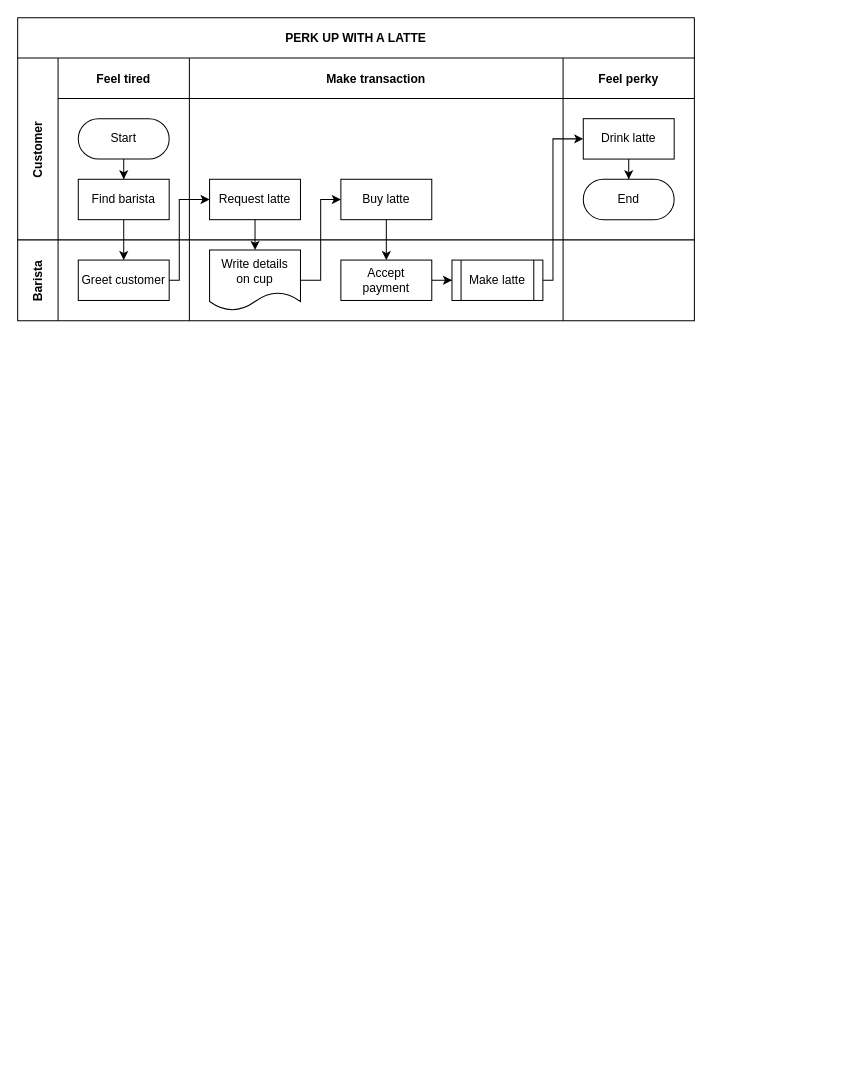
Above: Untitled Diagram.drawio in reyhanehSP/pwaTech (draw.io), before the change. Source tidied: cells renumbered, new cells numbered last; positions are measured from the earlier drawing's top-left corner, leaving out a move shared by most shapes. Both pictures are drawn from the tidied source at 101%, with x=0, y=0 at pixel (17, 17).
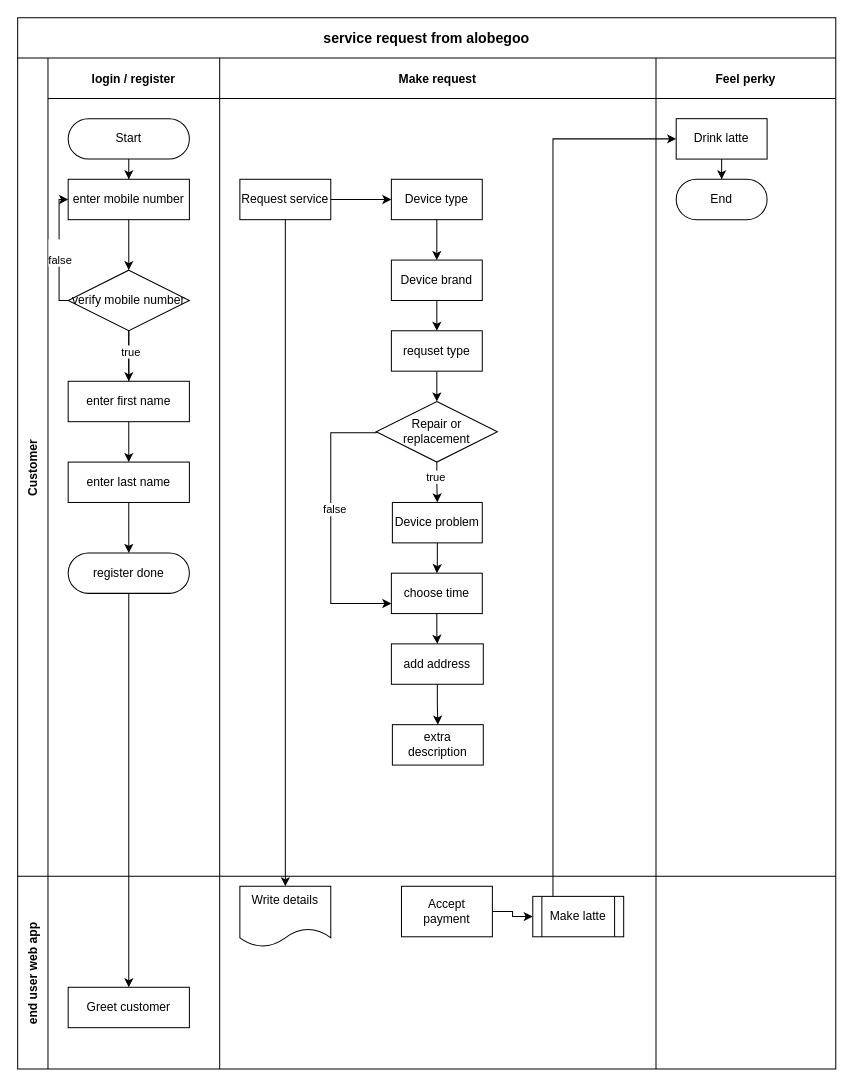
The same page after the edit.

The edit, as a diff of the source:
```diff
@@
-    <mxCell id="2" value="PERK UP WITH A LATTE" style="shape=table;childLayout=tableLayout;startSize=40;fillColor=none;fontStyle=1;" parent="1" vertex="1">
-      <mxGeometry width="670" height="300" as="geometry" />
+    <mxCell id="2" value="service request from alobegoo" style="shape=table;childLayout=tableLayout;startSize=40;fillColor=none;fontStyle=1;fontSize=14;" parent="1" vertex="1">
+      <mxGeometry width="810" height="1041" as="geometry" />
     </mxCell>
-    <mxCell id="3" style="edgeStyle=orthogonalEdgeStyle;rounded=0;jettySize=auto;html=1;" parent="2" edge="1" source="8" target="18">
-      <mxGeometry relative="1" as="geometry" />
-    </mxCell>
-    <mxCell id="4" value="Customer" style="shape=tableRow;horizontal=0;swimlaneHead=0;swimlaneBody=0;top=0;left=0;bottom=0;right=0;fillColor=none;startSize=40;fontStyle=1;" parent="2" vertex="1">
-      <mxGeometry y="40" width="670" height="180" as="geometry" />
+    <mxCell id="4" value="Customer" style="shape=tableRow;horizontal=0;swimlaneHead=0;swimlaneBody=0;top=0;left=0;bottom=0;right=0;fillColor=none;startSize=30;fontStyle=1;" parent="2" vertex="1">
+      <mxGeometry y="40" width="810" height="810" as="geometry" />
     </mxCell>
-    <mxCell id="5" value="Feel tired" style="swimlane;swimlaneHead=0;swimlaneBody=0;fillColor=none;startSize=40;fontStyle=1;" parent="4" vertex="1">
-      <mxGeometry x="40" width="130" height="180" as="geometry" />
+    <mxCell id="5" value="login / register" style="swimlane;swimlaneHead=0;swimlaneBody=0;fillColor=none;startSize=40;fontStyle=1;" parent="4" vertex="1">
+      <mxGeometry x="30" width="170" height="810" as="geometry" />
     </mxCell>
@@
     <mxCell id="7" value="Start" style="rounded=1;whiteSpace=wrap;html=1;arcSize=50;" parent="5" vertex="1">
-      <mxGeometry x="20" y="60" width="90" height="40" as="geometry" />
+      <mxGeometry x="20" y="60" width="120" height="40" as="geometry" />
     </mxCell>
+    <mxCell id="30" style="edgeStyle=orthogonalEdgeStyle;rounded=0;jettySize=auto;html=1;" parent="5" edge="1" source="8" target="38">
+      <mxGeometry relative="1" as="geometry" />
+    </mxCell>
-    <mxCell id="8" value="Find barista" style="rounded=0;whiteSpace=wrap;html=1;" parent="5" vertex="1">
-      <mxGeometry x="20" y="120" width="90" height="40" as="geometry" />
+    <mxCell id="8" value="enter mobile number" style="rounded=0;whiteSpace=wrap;html=1;" parent="5" vertex="1">
+      <mxGeometry x="20" y="120" width="120" height="40" as="geometry" />
     </mxCell>
+    <mxCell id="31" style="edgeStyle=orthogonalEdgeStyle;rounded=0;jettySize=auto;html=1;entryX=0;entryY=0.5;entryDx=0;entryDy=0;" parent="5" edge="1" source="34" target="8">
+      <mxGeometry relative="1" as="geometry">
+        <Array as="points">
+          <mxPoint x="80" y="240" />
+          <mxPoint x="11" y="240" />
+          <mxPoint x="11" y="140" />
+        </Array>
+      </mxGeometry>
+    </mxCell>
+    <mxCell id="32" value="&lt;div&gt;&lt;br&gt;&lt;/div&gt;&lt;div&gt;false&lt;/div&gt;" style="edgeLabel;html=1;align=center;verticalAlign=middle;" parent="31" vertex="1">
+      <mxGeometry x="0.53" relative="1" as="geometry" />
+    </mxCell>
+    <mxCell id="33" style="edgeStyle=orthogonalEdgeStyle;rounded=0;jettySize=auto;html=1;" parent="5" edge="1" source="34" target="35">
+      <mxGeometry relative="1" as="geometry" />
+    </mxCell>
+    <mxCell id="34" value="enter first name" style="whiteSpace=wrap;html=1;rounded=0;" parent="5" vertex="1">
+      <mxGeometry x="20" y="320" width="120" height="40" as="geometry" />
+    </mxCell>
+    <mxCell id="35" value="enter last name" style="whiteSpace=wrap;html=1;align=center;" parent="5" vertex="1">
+      <mxGeometry x="20" y="400" width="120" height="40" as="geometry" />
+    </mxCell>
+    <mxCell id="36" style="edgeStyle=orthogonalEdgeStyle;rounded=0;jettySize=auto;html=1;" parent="5" edge="1" source="38" target="34">
+      <mxGeometry relative="1" as="geometry" />
+    </mxCell>
+    <mxCell id="37" value="true" style="edgeLabel;html=1;align=center;verticalAlign=middle;" parent="36" vertex="1">
+      <mxGeometry x="-0.2" y="1" relative="1" as="geometry" />
+    </mxCell>
+    <mxCell id="38" value="verify mobile number" style="shape=rhombus;perimeter=rhombusPerimeter;whiteSpace=wrap;html=1;align=center;" parent="5" vertex="1">
+      <mxGeometry x="20" y="210" width="120" height="60" as="geometry" />
+    </mxCell>
+    <mxCell id="39" value="register done" style="rounded=1;whiteSpace=wrap;html=1;arcSize=50;" parent="5" vertex="1">
+      <mxGeometry x="20" y="490" width="120" height="40" as="geometry" />
+    </mxCell>
+    <mxCell id="40" style="edgeStyle=orthogonalEdgeStyle;rounded=0;jettySize=auto;html=1;" parent="5" edge="1" source="35" target="39">
+      <mxGeometry relative="1" as="geometry" />
+    </mxCell>
-    <mxCell id="9" value="Make transaction" style="swimlane;swimlaneHead=0;swimlaneBody=0;fillColor=none;startSize=40;fontStyle=1;" parent="4" vertex="1">
-      <mxGeometry x="170" width="370" height="180" as="geometry" />
+    <mxCell id="9" value="Make request" style="swimlane;swimlaneHead=0;swimlaneBody=0;fillColor=none;startSize=40;fontStyle=1;" parent="4" vertex="1">
+      <mxGeometry x="200" width="432" height="810" as="geometry" />
     </mxCell>
+    <mxCell id="41" style="edgeStyle=orthogonalEdgeStyle;rounded=0;jettySize=auto;html=1;" parent="9" edge="1" source="10" target="11">
+      <mxGeometry relative="1" as="geometry" />
+    </mxCell>
-    <mxCell id="10" value="Request latte" style="rounded=0;whiteSpace=wrap;html=1;" parent="9" vertex="1">
+    <mxCell id="10" value="Request service" style="rounded=0;whiteSpace=wrap;html=1;" parent="9" vertex="1">
       <mxGeometry x="20" y="120" width="90" height="40" as="geometry" />
     </mxCell>
+    <mxCell id="42" style="edgeStyle=orthogonalEdgeStyle;rounded=0;jettySize=auto;html=1;" parent="9" edge="1" source="11" target="44">
+      <mxGeometry relative="1" as="geometry" />
+    </mxCell>
-    <mxCell id="11" value="Buy latte" style="rounded=0;whiteSpace=wrap;html=1;" parent="9" vertex="1">
-      <mxGeometry x="150" y="120" width="90" height="40" as="geometry" />
+    <mxCell id="11" value="Device type" style="rounded=0;whiteSpace=wrap;html=1;" parent="9" vertex="1">
+      <mxGeometry x="170" y="120" width="90" height="40" as="geometry" />
     </mxCell>
+    <mxCell id="43" style="edgeStyle=orthogonalEdgeStyle;rounded=0;jettySize=auto;html=1;" parent="9" edge="1" source="44">
+      <mxGeometry relative="1" as="geometry">
+        <mxPoint x="215" y="270" as="targetPoint" />
+      </mxGeometry>
+    </mxCell>
+    <mxCell id="44" value="Device brand" style="whiteSpace=wrap;html=1;align=center;" parent="9" vertex="1">
+      <mxGeometry x="170" y="200" width="90" height="40" as="geometry" />
+    </mxCell>
+    <mxCell id="45" style="edgeStyle=orthogonalEdgeStyle;rounded=0;jettySize=auto;html=1;" parent="9" edge="1" source="46" target="55">
+      <mxGeometry relative="1" as="geometry" />
+    </mxCell>
+    <mxCell id="46" value="Device problem" style="whiteSpace=wrap;html=1;align=center;" parent="9" vertex="1">
+      <mxGeometry x="171" y="440" width="89" height="40" as="geometry" />
+    </mxCell>
+    <mxCell id="47" style="edgeStyle=orthogonalEdgeStyle;rounded=0;jettySize=auto;html=1;" parent="9" edge="1" source="48" target="53">
+      <mxGeometry relative="1" as="geometry" />
+    </mxCell>
+    <mxCell id="48" value="requset type" style="whiteSpace=wrap;html=1;align=center;" parent="9" vertex="1">
+      <mxGeometry x="170" y="270" width="90" height="40" as="geometry" />
+    </mxCell>
+    <mxCell id="49" style="edgeStyle=orthogonalEdgeStyle;rounded=0;jettySize=auto;html=1;" parent="9" edge="1" source="53" target="46">
+      <mxGeometry relative="1" as="geometry" />
+    </mxCell>
+    <mxCell id="50" value="true" style="edgeLabel;html=1;align=center;verticalAlign=middle;" parent="49" vertex="1">
+      <mxGeometry x="-0.41" y="-2" relative="1" as="geometry">
+        <mxPoint y="2" as="offset" />
+      </mxGeometry>
+    </mxCell>
+    <mxCell id="51" style="edgeStyle=orthogonalEdgeStyle;rounded=0;jettySize=auto;html=1;entryX=0;entryY=0.75;entryDx=0;entryDy=0;" parent="9" edge="1" target="55">
+      <mxGeometry relative="1" as="geometry">
+        <mxPoint x="155" y="370" as="sourcePoint" />
+        <Array as="points">
+          <mxPoint x="155" y="371" />
+          <mxPoint x="110" y="371" />
+          <mxPoint x="110" y="540" />
+        </Array>
+      </mxGeometry>
+    </mxCell>
+    <mxCell id="52" value="false" style="edgeLabel;html=1;align=center;verticalAlign=middle;" parent="51" vertex="1">
+      <mxGeometry x="-0.12" y="3" relative="1" as="geometry" />
+    </mxCell>
+    <mxCell id="53" value="Repair or replacement" style="shape=rhombus;perimeter=rhombusPerimeter;whiteSpace=wrap;html=1;align=center;" parent="9" vertex="1">
+      <mxGeometry x="155" y="340" width="120" height="60" as="geometry" />
+    </mxCell>
+    <mxCell id="54" style="edgeStyle=orthogonalEdgeStyle;rounded=0;jettySize=auto;html=1;" parent="9" edge="1" source="55" target="57">
+      <mxGeometry relative="1" as="geometry" />
+    </mxCell>
+    <mxCell id="55" value="choose time" style="whiteSpace=wrap;html=1;align=center;" parent="9" vertex="1">
+      <mxGeometry x="170" y="510" width="90" height="40" as="geometry" />
+    </mxCell>
+    <mxCell id="56" style="edgeStyle=orthogonalEdgeStyle;rounded=0;jettySize=auto;html=1;" parent="9" edge="1" source="57" target="58">
+      <mxGeometry relative="1" as="geometry" />
+    </mxCell>
+    <mxCell id="57" value="add address" style="whiteSpace=wrap;html=1;align=center;" parent="9" vertex="1">
+      <mxGeometry x="170" y="580" width="91" height="40" as="geometry" />
+    </mxCell>
+    <mxCell id="58" value="extra description" style="whiteSpace=wrap;html=1;align=center;" parent="9" vertex="1">
+      <mxGeometry x="171" y="660" width="90" height="40" as="geometry" />
+    </mxCell>
     <mxCell id="12" value="Feel perky" style="swimlane;swimlaneHead=0;swimlaneBody=0;fillColor=none;startSize=40;fontStyle=1;" parent="4" vertex="1">
-      <mxGeometry x="540" width="130" height="180" as="geometry" />
+      <mxGeometry x="632" width="178" height="810" as="geometry" />
     </mxCell>
@@
-    <mxCell id="16" value="Barista" style="shape=tableRow;horizontal=0;swimlaneHead=0;swimlaneBody=0;top=0;left=0;bottom=0;right=0;fillColor=none;startSize=40;fontStyle=1;" parent="2" vertex="1">
-      <mxGeometry y="220" width="670" height="80" as="geometry" />
+    <mxCell id="16" value="end user web app" style="shape=tableRow;horizontal=0;swimlaneHead=0;swimlaneBody=0;top=0;left=0;bottom=0;right=0;fillColor=none;startSize=30;fontStyle=1;" parent="2" vertex="1">
+      <mxGeometry y="850" width="810" height="191" as="geometry" />
     </mxCell>
     <mxCell id="17" style="swimlane;swimlaneHead=0;swimlaneBody=0;fillColor=none;startSize=0;fontStyle=1;" parent="16" vertex="1">
-      <mxGeometry x="40" width="130" height="80" as="geometry" />
+      <mxGeometry x="30" width="170" height="191" as="geometry" />
     </mxCell>
     <mxCell id="18" value="Greet customer" style="rounded=0;whiteSpace=wrap;html=1;" parent="17" vertex="1">
-      <mxGeometry x="20" y="20" width="90" height="40" as="geometry" />
+      <mxGeometry x="20" y="110" width="120" height="40" as="geometry" />
     </mxCell>
     <mxCell id="19" style="swimlane;swimlaneHead=0;swimlaneBody=0;fillColor=none;startSize=0;fontStyle=1;" parent="16" vertex="1">
-      <mxGeometry x="170" width="370" height="80" as="geometry" />
+      <mxGeometry x="200" width="432" height="191" as="geometry" />
     </mxCell>
@@
     <mxCell id="21" value="Accept&lt;br&gt;payment" style="rounded=0;whiteSpace=wrap;html=1;" parent="19" vertex="1">
-      <mxGeometry x="150" y="20" width="90" height="40" as="geometry" />
+      <mxGeometry x="180" y="10" width="90" height="50" as="geometry" />
     </mxCell>
-    <mxCell id="22" value="Write details&lt;br&gt;on cup" style="shape=document;whiteSpace=wrap;html=1;boundedLbl=1;" parent="19" vertex="1">
+    <mxCell id="22" value="Write details&lt;div&gt;&lt;br/&gt;&lt;/div&gt;" style="shape=document;whiteSpace=wrap;html=1;boundedLbl=1;" parent="19" vertex="1">
       <mxGeometry x="20" y="10" width="90" height="60" as="geometry" />
     </mxCell>
     <mxCell id="23" value="Make latte" style="shape=process;whiteSpace=wrap;html=1;backgroundOutline=1;" parent="19" vertex="1">
-      <mxGeometry x="260" y="20" width="90" height="40" as="geometry" />
+      <mxGeometry x="310" y="20" width="90" height="40" as="geometry" />
     </mxCell>
     <mxCell id="24" style="swimlane;swimlaneHead=0;swimlaneBody=0;fillColor=none;startSize=0;fontStyle=1;" parent="16" vertex="1">
-      <mxGeometry x="540" width="130" height="80" as="geometry" />
+      <mxGeometry x="632" width="178" height="191" as="geometry" />
     </mxCell>
-    <mxCell id="25" style="edgeStyle=orthogonalEdgeStyle;rounded=0;jettySize=auto;html=1;" parent="2" edge="1" source="18" target="10">
-      <mxGeometry relative="1" as="geometry">
-        <Array as="points">
-          <mxPoint x="160" y="260" />
-          <mxPoint x="160" y="180" />
-        </Array>
-      </mxGeometry>
-    </mxCell>
@@
-    <mxCell id="27" style="edgeStyle=orthogonalEdgeStyle;rounded=0;jettySize=auto;html=1;" parent="2" edge="1" source="22" target="11">
-      <mxGeometry relative="1" as="geometry">
-        <Array as="points">
-          <mxPoint x="300" y="260" />
-          <mxPoint x="300" y="180" />
-        </Array>
-      </mxGeometry>
-    </mxCell>
-    <mxCell id="28" style="edgeStyle=orthogonalEdgeStyle;rounded=0;jettySize=auto;html=1;" parent="2" edge="1" source="11" target="21">
-      <mxGeometry relative="1" as="geometry" />
-    </mxCell>
@@
+    <mxCell id="59" style="edgeStyle=orthogonalEdgeStyle;rounded=0;jettySize=auto;html=1;" parent="2" edge="1" source="39" target="18">
+      <mxGeometry relative="1" as="geometry" />
+    </mxCell>
```
